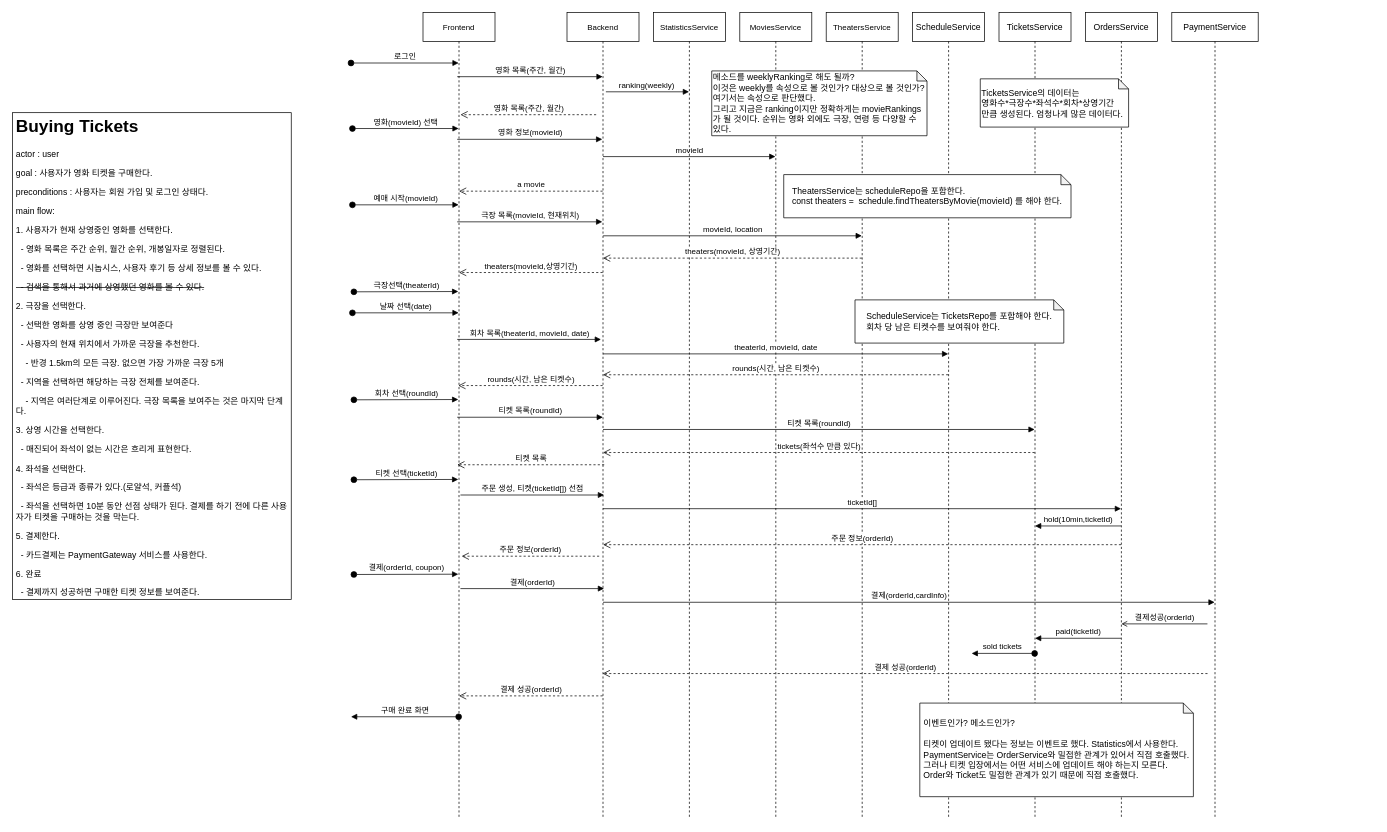
Above: page "buying tickets" (2 of 4) of docs/requirements.drawio in hunjuly/nestjs (draw.io), before the change. Source tidied: cells renumbered, new cells numbered last; positions are measured from the earlier drawing's top-left corner, leaving out a move shared by most shapes. Both pictures are drawn from the tidied source at 72%, with x=0, y=0 at pixel (12, 12).
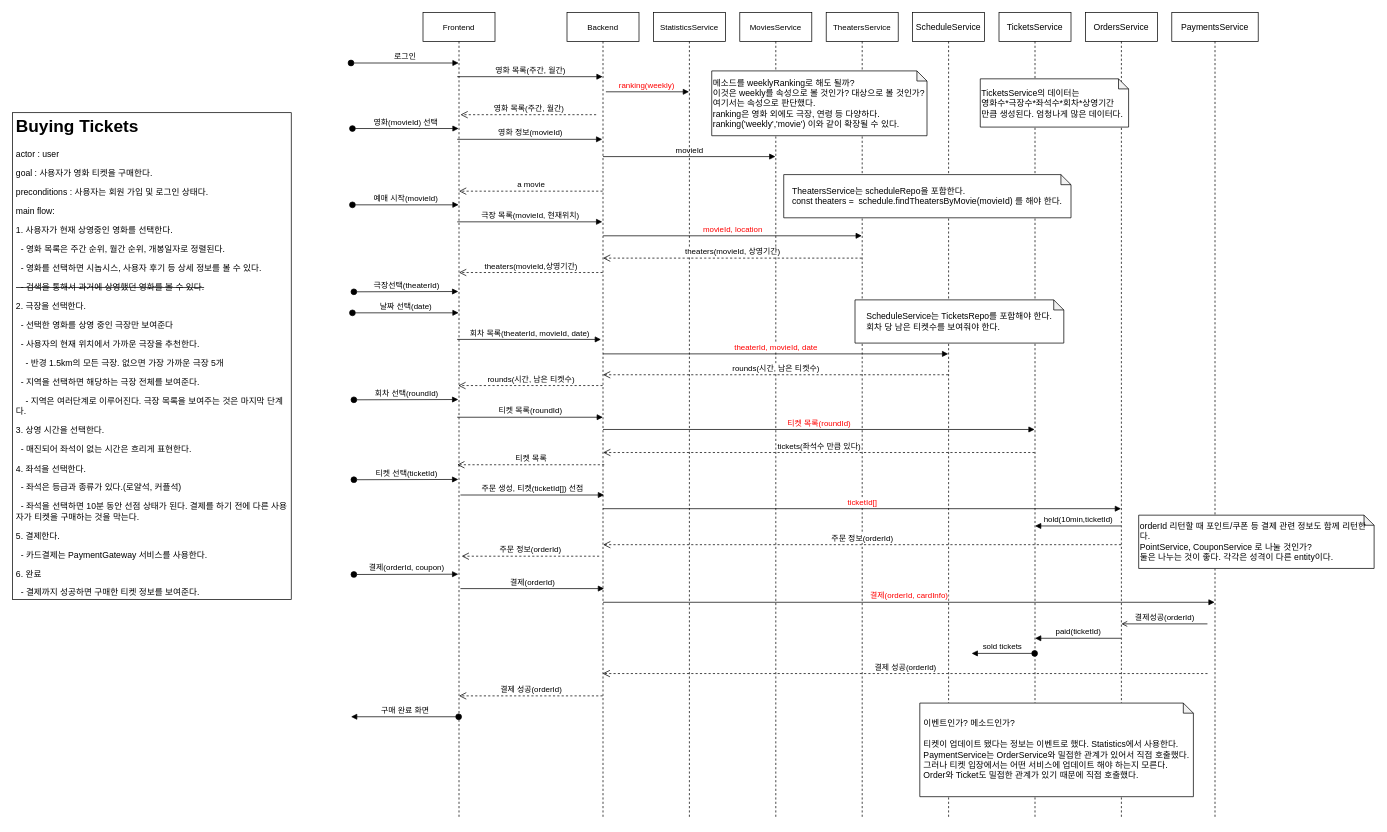
The same diagram, later.

The change refers to these unchanged cells:
```xml
<mxCell id="17" value="MoviesService" style="shape=umlLifeline;perimeter=lifelinePerimeter;whiteSpace=wrap;html=1;outlineConnect=0;rounded=0;strokeColor=default;fontSize=11;fontColor=#000000;" parent="1" vertex="1">
  <mxGeometry x="1010" width="100" height="1120" as="geometry" />
</mxCell>
<mxCell id="21" value="TheatersService" style="shape=umlLifeline;perimeter=lifelinePerimeter;whiteSpace=wrap;html=1;outlineConnect=0;rounded=0;strokeColor=default;fontSize=11;fontColor=#000000;" parent="1" vertex="1">
  <mxGeometry x="1130" width="100" height="1120" as="geometry" />
</mxCell>
<mxCell id="31" value="StatisticsService" style="shape=umlLifeline;perimeter=lifelinePerimeter;whiteSpace=wrap;html=1;outlineConnect=0;rounded=0;strokeColor=default;fontSize=11;fontColor=#000000;" parent="1" vertex="1">
  <mxGeometry x="890" width="100" height="1120" as="geometry" />
</mxCell>
<mxCell id="39" value="TicketsService" style="shape=umlLifeline;perimeter=lifelinePerimeter;whiteSpace=wrap;html=1;outlineConnect=0;" parent="1" vertex="1">
  <mxGeometry x="1370" width="100" height="1120" as="geometry" />
</mxCell>
<mxCell id="43" value="OrdersService" style="shape=umlLifeline;perimeter=lifelinePerimeter;whiteSpace=wrap;html=1;outlineConnect=0;" parent="1" vertex="1">
  <mxGeometry x="1490" width="100" height="1120" as="geometry" />
</mxCell>
```

Change to the diagram source:
```diff
@@
-    <mxCell id="18" value="movieId, location" style="html=1;verticalAlign=bottom;endArrow=block;rounded=0;" parent="17" edge="1" target="21">
+    <mxCell id="18" value="movieId, location" style="html=1;verticalAlign=bottom;endArrow=block;rounded=0;fontColor=#FF0000;" parent="17" edge="1" target="21">
       <mxGeometry relative="1" as="geometry">
         <mxPoint x="-189.8" y="310" as="sourcePoint" />
       </mxGeometry>
     </mxCell>
@@
-    <mxCell id="30" value="ranking(weekly)&amp;nbsp;" style="html=1;verticalAlign=bottom;endArrow=block;rounded=0;" parent="1" edge="1" target="31">
+    <mxCell id="30" value="ranking(weekly)&amp;nbsp;" style="html=1;verticalAlign=bottom;endArrow=block;rounded=0;fontColor=#FF0000;" parent="1" edge="1" target="31">
       <mxGeometry relative="1" as="geometry">
         <mxPoint x="824" y="110" as="sourcePoint" />
       </mxGeometry>
     </mxCell>
@@
-    <mxCell id="33" value="theaterId, movieId, date" style="html=1;verticalAlign=bottom;endArrow=block;rounded=0;" parent="31" edge="1">
+    <mxCell id="33" value="theaterId, movieId, date" style="html=1;verticalAlign=bottom;endArrow=block;rounded=0;fontColor=#FF0000;" parent="31" edge="1">
       <mxGeometry relative="1" as="geometry">
         <mxPoint x="-70" y="474" as="sourcePoint" />
         <mxPoint x="409.5" y="474" as="targetPoint" />
       </mxGeometry>
     </mxCell>
-    <mxCell id="34" value="ticketId[]" style="html=1;verticalAlign=bottom;endArrow=block;rounded=0;fontSize=11;fontColor=#000000;" parent="31" edge="1" target="43">
+    <mxCell id="34" value="ticketId[]" style="html=1;verticalAlign=bottom;endArrow=block;rounded=0;fontSize=11;fontColor=#FF0000;" parent="31" edge="1" target="43">
       <mxGeometry relative="1" as="geometry">
         <mxPoint x="-70" y="689" as="sourcePoint" />
       </mxGeometry>
     </mxCell>
@@
-    <mxCell id="36" value="결제(orderId,cardInfo)" style="html=1;verticalAlign=bottom;endArrow=block;rounded=0;fontSize=11;fontColor=#000000;" parent="31" edge="1" target="47">
+    <mxCell id="36" value="결제(orderId, cardInfo)" style="html=1;verticalAlign=bottom;endArrow=block;rounded=0;fontSize=11;fontColor=#FF0000;" parent="31" edge="1" target="47">
       <mxGeometry relative="1" as="geometry">
         <mxPoint x="-70" y="819" as="sourcePoint" />
       </mxGeometry>
     </mxCell>
@@
-    <mxCell id="41" value="티켓 목록(roundId)" style="html=1;verticalAlign=bottom;endArrow=block;rounded=0;fontSize=11;fontColor=#000000;" parent="1" edge="1" target="39">
+    <mxCell id="41" value="티켓 목록(roundId)" style="html=1;verticalAlign=bottom;endArrow=block;rounded=0;fontSize=11;fontColor=#FF0000;" parent="1" edge="1" target="39">
       <mxGeometry relative="1" as="geometry">
         <mxPoint x="820" y="579" as="sourcePoint" />
       </mxGeometry>
     </mxCell>
@@
-    <mxCell id="47" value="PaymentService" style="shape=umlLifeline;perimeter=lifelinePerimeter;whiteSpace=wrap;html=1;outlineConnect=0;" parent="1" vertex="1">
+    <mxCell id="47" value="PaymentsService" style="shape=umlLifeline;perimeter=lifelinePerimeter;whiteSpace=wrap;html=1;outlineConnect=0;" parent="1" vertex="1">
       <mxGeometry x="1610" width="120" height="1120" as="geometry" />
     </mxCell>
@@
-    <mxCell id="53" value="메소드를 weeklyRanking로 해도 될까?&lt;br&gt;이것은 weekly를 속성으로 볼 것인가? 대상으로 볼 것인가?&lt;br&gt;여기서는 속성으로 판단했다. &lt;br&gt;그리고 지금은 ranking이지만 정확하게는 movieRankings가 될 것이다. 순위는 영화 외에도 극장, 연령 등 다양할 수 있다." style="shape=note;whiteSpace=wrap;html=1;backgroundOutline=1;darkOpacity=0.05;size=14;align=left;" parent="1" vertex="1">
+    <mxCell id="53" value="메소드를 weeklyRanking로 해도 될까?&lt;br&gt;이것은 weekly를 속성으로 볼 것인가? 대상으로 볼 것인가?&lt;br&gt;여기서는 속성으로 판단했다. &lt;br&gt;ranking은 영화 외에도 극장, 연령 등 다양하다.&lt;br&gt;ranking('weekly','movie') 이와 같이 확장될 수 있다." style="shape=note;whiteSpace=wrap;html=1;backgroundOutline=1;darkOpacity=0.05;size=14;align=left;" parent="1" vertex="1">
       <mxGeometry x="971" y="81" width="299" height="90" as="geometry" />
     </mxCell>
@@
+    <mxCell id="56" value="&lt;div style=&quot;&quot;&gt;orderId 리턴할 때 포인트/쿠폰 등 결제 관련 정보도 함께 리턴한다.&lt;/div&gt;&lt;div style=&quot;&quot;&gt;PointService, CouponService 로 나눌 것인가?&lt;/div&gt;&lt;div style=&quot;&quot;&gt;둘은 나누는 것이 좋다. 각각은 성격이 다른 entity이다.&lt;/div&gt;" style="shape=note;whiteSpace=wrap;html=1;backgroundOutline=1;darkOpacity=0.05;size=14;align=left;" parent="1" vertex="1">
+      <mxGeometry x="1564" y="698" width="327" height="74" as="geometry" />
+    </mxCell>
```
